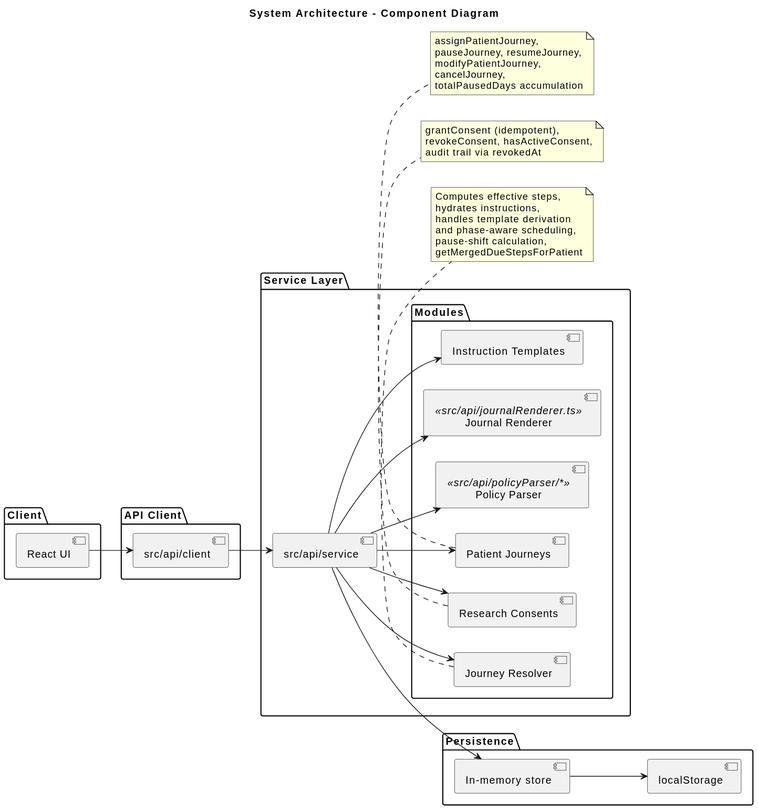
The PlantUML diagram docs/diagrams/architecture-overview.svg in gforge/DUK, before a commit. Its diagram source:
```plantuml
@startuml

title System Architecture - Component Diagram

left to right direction

package "Client" {
  [React UI]
}

package "API Client" {
  [src/api/client]
}

package "Service Layer" {
  [src/api/service]

  package "Modules" {
    [Policy Parser] <<src/api/policyParser/*>>
    [Journal Renderer] <<src/api/journalRenderer.ts>>
    [Journey Resolver]
    [Instruction Templates]
    [Research Consents]
    [Patient Journeys]
  }
}

package "Persistence" {
  [In-memory store]
  [localStorage]
}

[React UI] --> [src/api/client]
[src/api/client] --> [src/api/service]
[src/api/service] --> [Policy Parser]
[src/api/service] --> [Journal Renderer]
[src/api/service] --> [Journey Resolver]
[src/api/service] --> [Instruction Templates]
[src/api/service] --> [Research Consents]
[src/api/service] --> [Patient Journeys]
[src/api/service] --> [In-memory store]
[In-memory store] --> [localStorage]

note bottom of [Journey Resolver]
  Computes effective steps,
  hydrates instructions,
  handles template derivation
  and phase-aware scheduling,
  pause-shift calculation,
  getMergedDueStepsForPatient
end note

note bottom of [Research Consents]
  grantConsent (idempotent),
  revokeConsent, hasActiveConsent,
  audit trail via revokedAt
end note

note bottom of [Patient Journeys]
  assignPatientJourney,
  pauseJourney, resumeJourney,
  modifyPatientJourney,
  cancelJourney,
  totalPausedDays accumulation
end note
@enduml
```
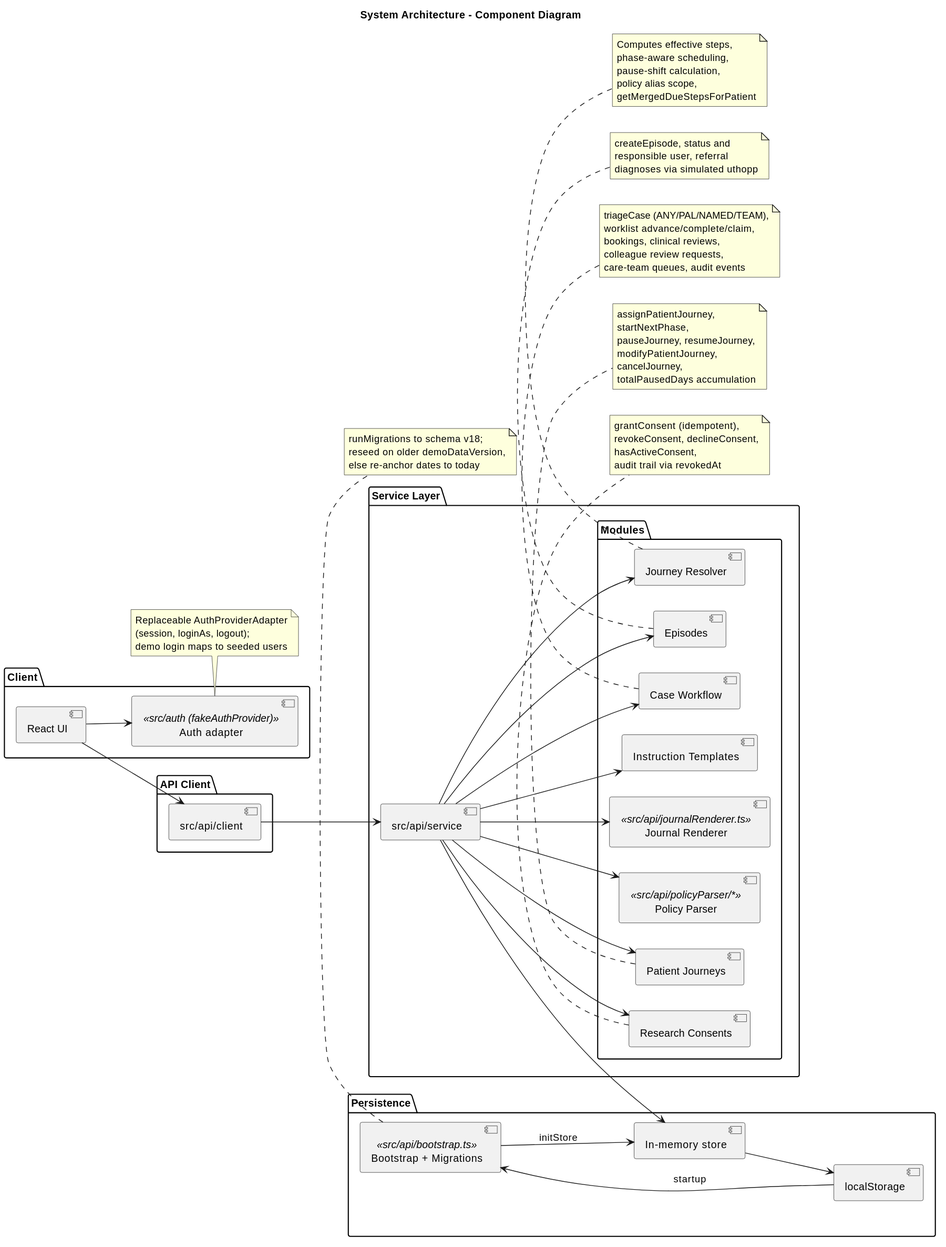
The same diagram one commit later.

Diff of the diagram source:
```diff
@@ -6,6 +6,7 @@
 
 package "Client" {
   [React UI]
+  [Auth adapter] <<src/auth (fakeAuthProvider)>>
 }
 
 package "API Client" {
@@ -18,6 +19,8 @@
   package "Modules" {
     [Policy Parser] <<src/api/policyParser/*>>
     [Journal Renderer] <<src/api/journalRenderer.ts>>
+    [Case Workflow]
+    [Episodes]
     [Journey Resolver]
     [Instruction Templates]
     [Research Consents]
@@ -28,39 +31,72 @@
 package "Persistence" {
   [In-memory store]
   [localStorage]
+  [Bootstrap + Migrations] <<src/api/bootstrap.ts>>
 }
 
+[React UI] --> [Auth adapter]
 [React UI] --> [src/api/client]
 [src/api/client] --> [src/api/service]
 [src/api/service] --> [Policy Parser]
 [src/api/service] --> [Journal Renderer]
+[src/api/service] --> [Case Workflow]
+[src/api/service] --> [Episodes]
 [src/api/service] --> [Journey Resolver]
 [src/api/service] --> [Instruction Templates]
 [src/api/service] --> [Research Consents]
 [src/api/service] --> [Patient Journeys]
 [src/api/service] --> [In-memory store]
 [In-memory store] --> [localStorage]
+[localStorage] --> [Bootstrap + Migrations] : startup
+[Bootstrap + Migrations] --> [In-memory store] : initStore
+
+note bottom of [Auth adapter]
+  Replaceable AuthProviderAdapter
+  (session, loginAs, logout);
+  demo login maps to seeded users
+end note
+
+note bottom of [Case Workflow]
+  triageCase (ANY/PAL/NAMED/TEAM),
+  worklist advance/complete/claim,
+  bookings, clinical reviews,
+  colleague review requests,
+  care-team queues, audit events
+end note
+
+note bottom of [Episodes]
+  createEpisode, status and
+  responsible user, referral
+  diagnoses via simulated uthopp
+end note
 
 note bottom of [Journey Resolver]
   Computes effective steps,
-  hydrates instructions,
-  handles template derivation
-  and phase-aware scheduling,
+  phase-aware scheduling,
   pause-shift calculation,
+  policy alias scope,
   getMergedDueStepsForPatient
 end note
 
 note bottom of [Research Consents]
   grantConsent (idempotent),
-  revokeConsent, hasActiveConsent,
+  revokeConsent, declineConsent,
+  hasActiveConsent,
   audit trail via revokedAt
 end note
 
 note bottom of [Patient Journeys]
   assignPatientJourney,
+  startNextPhase,
   pauseJourney, resumeJourney,
   modifyPatientJourney,
   cancelJourney,
   totalPausedDays accumulation
 end note
+
+note bottom of [Bootstrap + Migrations]
+  runMigrations to schema v18;
+  reseed on older demoDataVersion,
+  else re-anchor dates to today
+end note
 @enduml
```
